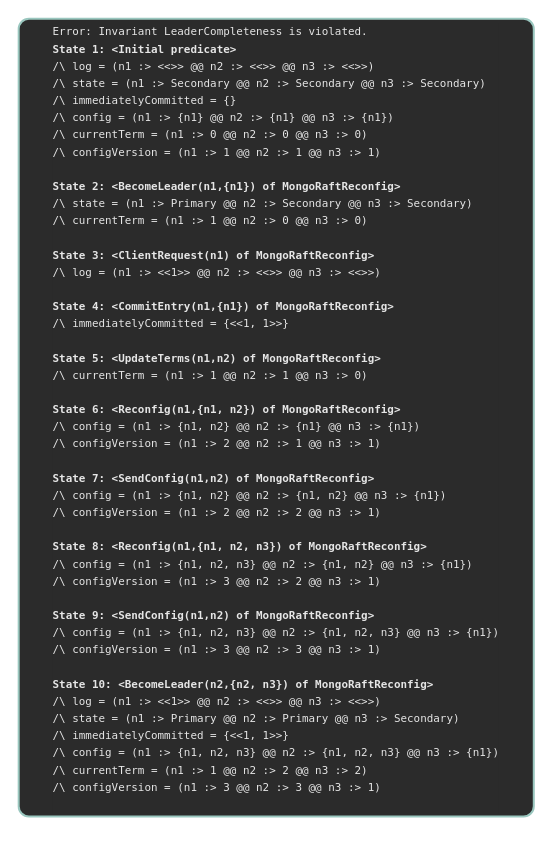
This is page "t3" (2 of 8) of traces/traces.drawio from will62794/reconfig-traces, a draw.io file, before an edit. Source tidied: cells renumbered, new cells numbered last; positions are measured from the earlier drawing's top-left corner, leaving out a move shared by most shapes. Both pictures are drawn from the tidied source at 101%, with x=0, y=0 at pixel (18, 18).
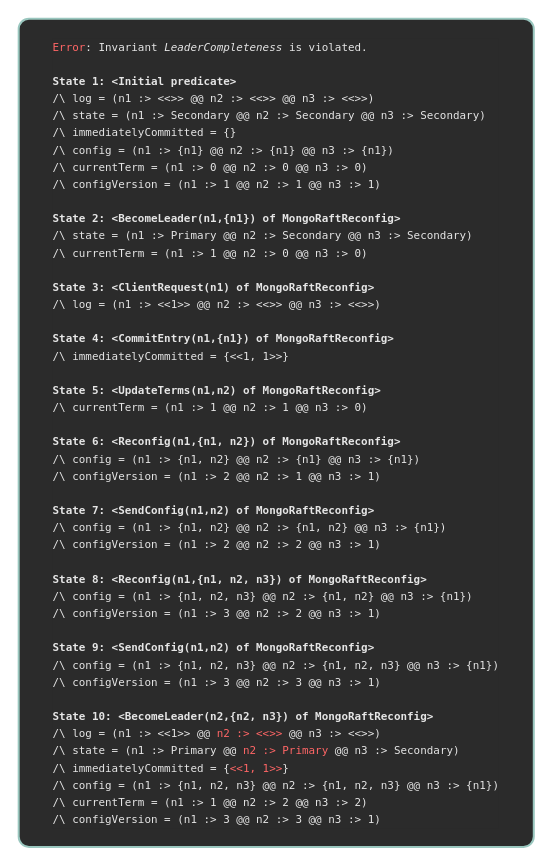
The same page after the edit.

Diff of the diagram source:
```diff
@@
 <mxGraphModel>
   <root>
     <mxCell id="0" />
     <mxCell id="1" parent="0" />
-    <mxCell id="2" value="&lt;div style=&quot;background-color: rgb(43, 43, 43); line-height: 16px;&quot;&gt;&lt;div style=&quot;text-align: left;&quot;&gt;&lt;font style=&quot;color: rgb(230, 230, 230);&quot; face=&quot;Menlo, Monaco, Courier New, monospace&quot;&gt;&lt;span style=&quot;font-size: 10.8px; white-space: pre;&quot;&gt;Error: Invariant LeaderCompleteness is violated.&lt;br&gt;&lt;b style=&quot;&quot;&gt;State 1: &amp;lt;Initial predicate&amp;gt;&lt;br&gt;&lt;/b&gt;/\ log = (n1 :&amp;gt; &amp;lt;&amp;lt;&amp;gt;&amp;gt; @@ n2 :&amp;gt; &amp;lt;&amp;lt;&amp;gt;&amp;gt; @@ n3 :&amp;gt; &amp;lt;&amp;lt;&amp;gt;&amp;gt;)&lt;br&gt;/\ state = (n1 :&amp;gt; Secondary @@ n2 :&amp;gt; Secondary @@ n3 :&amp;gt; Secondary)&lt;br&gt;/\ immediatelyCommitted = {}&lt;br&gt;/\ config = (n1 :&amp;gt; {n1} @@ n2 :&amp;gt; {n1} @@ n3 :&amp;gt; {n1})&lt;br&gt;/\ currentTerm = (n1 :&amp;gt; 0 @@ n2 :&amp;gt; 0 @@ n3 :&amp;gt; 0)&lt;br&gt;/\ configVersion = (n1 :&amp;gt; 1 @@ n2 :&amp;gt; 1 @@ n3 :&amp;gt; 1)&lt;br&gt;&lt;br&gt;&lt;b style=&quot;&quot;&gt;State 2: &amp;lt;BecomeLeader(n1,{n1}) of MongoRaftReconfig&amp;gt;&lt;br&gt;&lt;/b&gt;/\ state = (n1 :&amp;gt; Primary @@ n2 :&amp;gt; Secondary @@ n3 :&amp;gt; Secondary)&lt;br&gt;/\ currentTerm = (n1 :&amp;gt; 1 @@ n2 :&amp;gt; 0 @@ n3 :&amp;gt; 0)&lt;br&gt;&lt;br&gt;&lt;b style=&quot;&quot;&gt;State 3: &amp;lt;ClientRequest(n1) of MongoRaftReconfig&amp;gt;&lt;br&gt;&lt;/b&gt;/\ log = (n1 :&amp;gt; &amp;lt;&amp;lt;1&amp;gt;&amp;gt; @@ n2 :&amp;gt; &amp;lt;&amp;lt;&amp;gt;&amp;gt; @@ n3 :&amp;gt; &amp;lt;&amp;lt;&amp;gt;&amp;gt;)&lt;br&gt;&lt;br&gt;&lt;b style=&quot;&quot;&gt;State 4: &amp;lt;CommitEntry(n1,{n1}) of MongoRaftReconfig&amp;gt;&lt;br&gt;&lt;/b&gt;/\ immediatelyCommitted = {&amp;lt;&amp;lt;1, 1&amp;gt;&amp;gt;}&lt;br&gt;&lt;br&gt;&lt;b style=&quot;&quot;&gt;State 5: &amp;lt;UpdateTerms(n1,n2) of MongoRaftReconfig&amp;gt;&lt;br&gt;&lt;/b&gt;/\ currentTerm = (n1 :&amp;gt; 1 @@ n2 :&amp;gt; 1 @@ n3 :&amp;gt; 0)&lt;br&gt;&lt;br&gt;&lt;b style=&quot;&quot;&gt;State 6: &amp;lt;Reconfig(n1,{n1, n2}) of MongoRaftReconfig&amp;gt;&lt;br&gt;&lt;/b&gt;/\ config = (n1 :&amp;gt; {n1, n2} @@ n2 :&amp;gt; {n1} @@ n3 :&amp;gt; {n1})&lt;br&gt;/\ configVersion = (n1 :&amp;gt; 2 @@ n2 :&amp;gt; 1 @@ n3 :&amp;gt; 1)&lt;br&gt;&lt;br&gt;&lt;b style=&quot;&quot;&gt;State 7: &amp;lt;SendConfig(n1,n2) of MongoRaftReconfig&amp;gt;&lt;br&gt;&lt;/b&gt;/\ config = (n1 :&amp;gt; {n1, n2} @@ n2 :&amp;gt; {n1, n2} @@ n3 :&amp;gt; {n1})&lt;br&gt;/\ configVersion = (n1 :&amp;gt; 2 @@ n2 :&amp;gt; 2 @@ n3 :&amp;gt; 1)&lt;br&gt;&lt;br&gt;&lt;b style=&quot;&quot;&gt;State 8: &amp;lt;Reconfig(n1,{n1, n2, n3}) of MongoRaftReconfig&amp;gt;&lt;br&gt;&lt;/b&gt;/\ config = (n1 :&amp;gt; {n1, n2, n3} @@ n2 :&amp;gt; {n1, n2} @@ n3 :&amp;gt; {n1})&lt;br&gt;/\ configVersion = (n1 :&amp;gt; 3 @@ n2 :&amp;gt; 2 @@ n3 :&amp;gt; 1)&lt;br&gt;&lt;br&gt;&lt;b style=&quot;&quot;&gt;State 9: &amp;lt;SendConfig(n1,n2) of MongoRaftReconfig&amp;gt;&lt;br&gt;&lt;/b&gt;/\ config = (n1 :&amp;gt; {n1, n2, n3} @@ n2 :&amp;gt; {n1, n2, n3} @@ n3 :&amp;gt; {n1})&lt;br&gt;/\ configVersion = (n1 :&amp;gt; 3 @@ n2 :&amp;gt; 3 @@ n3 :&amp;gt; 1)&lt;br&gt;&lt;br&gt;&lt;b style=&quot;&quot;&gt;State 10: &amp;lt;BecomeLeader(n2,{n2, n3}) of MongoRaftReconfig&amp;gt;&lt;br&gt;&lt;/b&gt;/\ log = (n1 :&amp;gt; &amp;lt;&amp;lt;1&amp;gt;&amp;gt; @@ n2 :&amp;gt; &amp;lt;&amp;lt;&amp;gt;&amp;gt; @@ n3 :&amp;gt; &amp;lt;&amp;lt;&amp;gt;&amp;gt;)&lt;br&gt;/\ state = (n1 :&amp;gt; Primary @@ n2 :&amp;gt; Primary @@ n3 :&amp;gt; Secondary)&lt;br&gt;/\ immediatelyCommitted = {&amp;lt;&amp;lt;1, 1&amp;gt;&amp;gt;}&lt;br&gt;/\ config = (n1 :&amp;gt; {n1, n2, n3} @@ n2 :&amp;gt; {n1, n2, n3} @@ n3 :&amp;gt; {n1})&lt;br&gt;/\ currentTerm = (n1 :&amp;gt; 1 @@ n2 :&amp;gt; 2 @@ n3 :&amp;gt; 2)&lt;br&gt;/\ configVersion = (n1 :&amp;gt; 3 @@ n2 :&amp;gt; 3 @@ n3 :&amp;gt; 1)&lt;br&gt;&lt;/span&gt;&lt;/font&gt;&lt;span style=&quot;color: rgb(169, 183, 198); font-family: Menlo, Monaco, &amp;quot;Courier New&amp;quot;, monospace; font-size: 10.8px; white-space: pre;&quot;&gt;&lt;br&gt;&lt;/span&gt;&lt;/div&gt;&lt;/div&gt;" style="text;html=1;align=center;verticalAlign=middle;whiteSpace=wrap;rounded=1;strokeColor=#9AC7BF;fillColor=light-dark(#2B2B2B,#282A35);gradientColor=none;arcSize=2;strokeWidth=2;" parent="1" vertex="1">
-      <mxGeometry width="510" height="790" as="geometry" />
+    <mxCell id="2" value="&lt;div style=&quot;background-color: rgb(43, 43, 43); line-height: 16px;&quot;&gt;&lt;div style=&quot;text-align: left;&quot;&gt;&lt;font face=&quot;Menlo, Monaco, Courier New, monospace&quot;&gt;&lt;span style=&quot;font-size: 10.8px; white-space: pre;&quot;&gt;&lt;font style=&quot;color: rgb(255, 102, 102);&quot;&gt;Error&lt;/font&gt;&lt;font color=&quot;#e6e6e6&quot;&gt;: Invariant &lt;/font&gt;&lt;i style=&quot;color: rgb(230, 230, 230);&quot;&gt;LeaderCompleteness&lt;/i&gt;&lt;font color=&quot;#e6e6e6&quot;&gt; is violated.&lt;br&gt;&lt;/font&gt;&lt;b style=&quot;color: rgb(230, 230, 230);&quot;&gt;&lt;br&gt;&lt;/b&gt;&lt;/span&gt;&lt;/font&gt;&lt;/div&gt;&lt;div style=&quot;text-align: left;&quot;&gt;&lt;font face=&quot;Menlo, Monaco, Courier New, monospace&quot;&gt;&lt;span style=&quot;font-size: 10.8px; white-space: pre;&quot;&gt;&lt;b style=&quot;color: rgb(230, 230, 230);&quot;&gt;State 1: &amp;lt;Initial predicate&amp;gt;&lt;br&gt;&lt;/b&gt;&lt;font color=&quot;#e6e6e6&quot;&gt;/\ log = (n1 :&amp;gt; &amp;lt;&amp;lt;&amp;gt;&amp;gt; @@ n2 :&amp;gt; &amp;lt;&amp;lt;&amp;gt;&amp;gt; @@ n3 :&amp;gt; &amp;lt;&amp;lt;&amp;gt;&amp;gt;)&lt;br&gt;/\ state = (n1 :&amp;gt; Secondary @@ n2 :&amp;gt; Secondary @@ n3 :&amp;gt; Secondary)&lt;br&gt;/\ immediatelyCommitted = {}&lt;br&gt;/\ config = (n1 :&amp;gt; {n1} @@ n2 :&amp;gt; {n1} @@ n3 :&amp;gt; {n1})&lt;br&gt;/\ currentTerm = (n1 :&amp;gt; 0 @@ n2 :&amp;gt; 0 @@ n3 :&amp;gt; 0)&lt;br&gt;/\ configVersion = (n1 :&amp;gt; 1 @@ n2 :&amp;gt; 1 @@ n3 :&amp;gt; 1)&lt;br&gt;&lt;br&gt;&lt;/font&gt;&lt;b style=&quot;color: rgb(230, 230, 230);&quot;&gt;State 2: &amp;lt;BecomeLeader(n1,{n1}) of MongoRaftReconfig&amp;gt;&lt;br&gt;&lt;/b&gt;&lt;font color=&quot;#e6e6e6&quot;&gt;/\ state = (n1 :&amp;gt; Primary @@ n2 :&amp;gt; Secondary @@ n3 :&amp;gt; Secondary)&lt;br&gt;/\ currentTerm = (n1 :&amp;gt; 1 @@ n2 :&amp;gt; 0 @@ n3 :&amp;gt; 0)&lt;br&gt;&lt;br&gt;&lt;/font&gt;&lt;b style=&quot;color: rgb(230, 230, 230);&quot;&gt;State 3: &amp;lt;ClientRequest(n1) of MongoRaftReconfig&amp;gt;&lt;br&gt;&lt;/b&gt;&lt;font color=&quot;#e6e6e6&quot;&gt;/\ log = (n1 :&amp;gt; &amp;lt;&amp;lt;1&amp;gt;&amp;gt; @@ n2 :&amp;gt; &amp;lt;&amp;lt;&amp;gt;&amp;gt; @@ n3 :&amp;gt; &amp;lt;&amp;lt;&amp;gt;&amp;gt;)&lt;br&gt;&lt;br&gt;&lt;/font&gt;&lt;b style=&quot;color: rgb(230, 230, 230);&quot;&gt;State 4: &amp;lt;CommitEntry(n1,{n1}) of MongoRaftReconfig&amp;gt;&lt;br&gt;&lt;/b&gt;&lt;font color=&quot;#e6e6e6&quot;&gt;/\ immediatelyCommitted = {&amp;lt;&amp;lt;1, 1&amp;gt;&amp;gt;}&lt;br&gt;&lt;br&gt;&lt;/font&gt;&lt;b style=&quot;color: rgb(230, 230, 230);&quot;&gt;State 5: &amp;lt;UpdateTerms(n1,n2) of MongoRaftReconfig&amp;gt;&lt;br&gt;&lt;/b&gt;&lt;font color=&quot;#e6e6e6&quot;&gt;/\ currentTerm = (n1 :&amp;gt; 1 @@ n2 :&amp;gt; 1 @@ n3 :&amp;gt; 0)&lt;br&gt;&lt;br&gt;&lt;/font&gt;&lt;b style=&quot;color: rgb(230, 230, 230);&quot;&gt;State 6: &amp;lt;Reconfig(n1,{n1, n2}) of MongoRaftReconfig&amp;gt;&lt;br&gt;&lt;/b&gt;&lt;font color=&quot;#e6e6e6&quot;&gt;/\ config = (n1 :&amp;gt; {n1, n2} @@ n2 :&amp;gt; {n1} @@ n3 :&amp;gt; {n1})&lt;br&gt;/\ configVersion = (n1 :&amp;gt; 2 @@ n2 :&amp;gt; 1 @@ n3 :&amp;gt; 1)&lt;br&gt;&lt;br&gt;&lt;/font&gt;&lt;b style=&quot;color: rgb(230, 230, 230);&quot;&gt;State 7: &amp;lt;SendConfig(n1,n2) of MongoRaftReconfig&amp;gt;&lt;br&gt;&lt;/b&gt;&lt;font color=&quot;#e6e6e6&quot;&gt;/\ config = (n1 :&amp;gt; {n1, n2} @@ n2 :&amp;gt; {n1, n2} @@ n3 :&amp;gt; {n1})&lt;br&gt;/\ configVersion = (n1 :&amp;gt; 2 @@ n2 :&amp;gt; 2 @@ n3 :&amp;gt; 1)&lt;br&gt;&lt;br&gt;&lt;/font&gt;&lt;b style=&quot;color: rgb(230, 230, 230);&quot;&gt;State 8: &amp;lt;Reconfig(n1,{n1, n2, n3}) of MongoRaftReconfig&amp;gt;&lt;br&gt;&lt;/b&gt;&lt;font color=&quot;#e6e6e6&quot;&gt;/\ config = (n1 :&amp;gt; {n1, n2, n3} @@ n2 :&amp;gt; {n1, n2} @@ n3 :&amp;gt; {n1})&lt;br&gt;/\ configVersion = (n1 :&amp;gt; 3 @@ n2 :&amp;gt; 2 @@ n3 :&amp;gt; 1)&lt;br&gt;&lt;br&gt;&lt;/font&gt;&lt;b style=&quot;color: rgb(230, 230, 230);&quot;&gt;State 9: &amp;lt;SendConfig(n1,n2) of MongoRaftReconfig&amp;gt;&lt;br&gt;&lt;/b&gt;&lt;font color=&quot;#e6e6e6&quot;&gt;/\ config = (n1 :&amp;gt; {n1, n2, n3} @@ n2 :&amp;gt; {n1, n2, n3} @@ n3 :&amp;gt; {n1})&lt;br&gt;/\ configVersion = (n1 :&amp;gt; 3 @@ n2 :&amp;gt; 3 @@ n3 :&amp;gt; 1)&lt;br&gt;&lt;br&gt;&lt;/font&gt;&lt;b style=&quot;color: rgb(230, 230, 230);&quot;&gt;State 10: &amp;lt;BecomeLeader(n2,{n2, n3}) of MongoRaftReconfig&amp;gt;&lt;br&gt;&lt;/b&gt;&lt;font color=&quot;#e6e6e6&quot;&gt;/\ log = (n1 :&amp;gt; &amp;lt;&amp;lt;1&amp;gt;&amp;gt; @@ &lt;/font&gt;&lt;font style=&quot;color: rgb(255, 102, 102);&quot;&gt;n2 :&amp;gt; &amp;lt;&amp;lt;&amp;gt;&amp;gt;&lt;/font&gt;&lt;font color=&quot;#e6e6e6&quot;&gt; @@ n3 :&amp;gt; &amp;lt;&amp;lt;&amp;gt;&amp;gt;)&lt;br&gt;/\ state = (n1 :&amp;gt; Primary @@ &lt;/font&gt;&lt;font style=&quot;color: rgb(255, 102, 102);&quot;&gt;n2 :&amp;gt; Primary &lt;/font&gt;&lt;font color=&quot;#e6e6e6&quot;&gt;@@ n3 :&amp;gt; Secondary)&lt;br&gt;/\ immediatelyCommitted = {&lt;/font&gt;&lt;font style=&quot;color: rgb(255, 102, 102);&quot;&gt;&amp;lt;&amp;lt;1, 1&amp;gt;&amp;gt;&lt;/font&gt;&lt;font color=&quot;#e6e6e6&quot;&gt;}&lt;br&gt;/\ config = (n1 :&amp;gt; {n1, n2, n3} @@ n2 :&amp;gt; {n1, n2, n3} @@ n3 :&amp;gt; {n1})&lt;br&gt;/\ currentTerm = (n1 :&amp;gt; 1 @@ n2 :&amp;gt; 2 @@ n3 :&amp;gt; 2)&lt;br&gt;/\ configVersion = (n1 :&amp;gt; 3 @@ n2 :&amp;gt; 3 @@ n3 :&amp;gt; 1)&lt;/font&gt;&lt;/span&gt;&lt;/font&gt;&lt;span style=&quot;color: rgb(169, 183, 198); font-family: Menlo, Monaco, &amp;quot;Courier New&amp;quot;, monospace; font-size: 10.8px; white-space: pre;&quot;&gt;&lt;br&gt;&lt;/span&gt;&lt;/div&gt;&lt;/div&gt;" style="text;html=1;align=center;verticalAlign=middle;whiteSpace=wrap;rounded=1;strokeColor=#9AC7BF;fillColor=light-dark(#2B2B2B,#282A35);gradientColor=none;arcSize=2;strokeWidth=2;" parent="1" vertex="1">
+      <mxGeometry width="510" height="820" as="geometry" />
     </mxCell>
   </root>
 </mxGraphModel>
```
